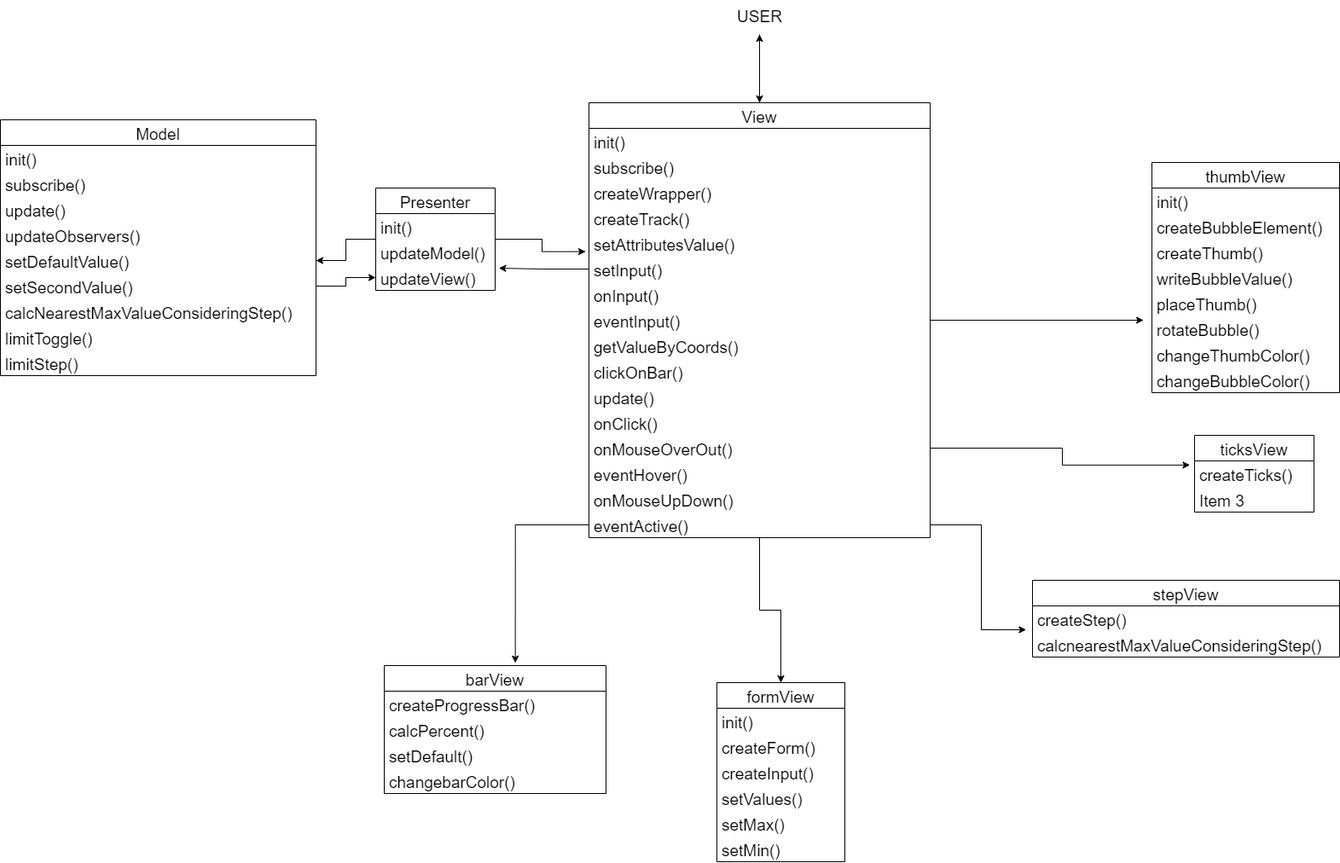
Earlier version of the draw.io export uml/uml.png (MariaKlo/range-slider). Source tidied: cells renumbered, new cells last; positions are measured from the earlier drawing's top-left corner, leaving out a move shared by most shapes.
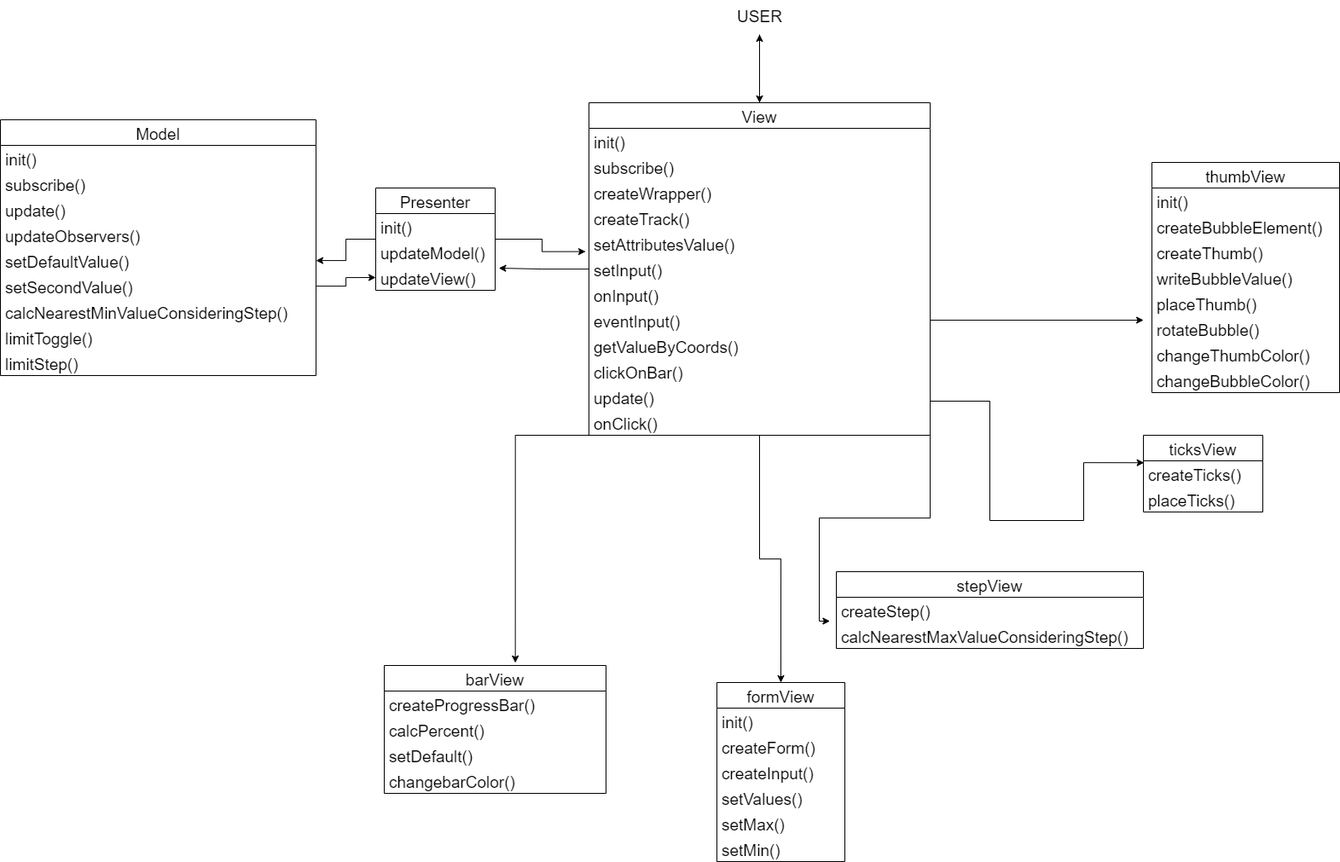
The same diagram one commit later.

Change to the diagram source:
```diff
@@ -32,7 +32,7 @@
     <mxCell id="11" value="setSecondValue()" style="text;strokeColor=none;fillColor=none;align=left;verticalAlign=middle;spacingLeft=4;spacingRight=4;overflow=hidden;points=[[0,0.5],[1,0.5]];portConstraint=eastwest;fontSize=19;" parent="5" vertex="1">
       <mxGeometry y="180" width="370" height="30" as="geometry" />
     </mxCell>
-    <mxCell id="12" value="calcNearestMaxValueConsideringStep()" style="text;strokeColor=none;fillColor=none;align=left;verticalAlign=middle;spacingLeft=4;spacingRight=4;overflow=hidden;fontSize=19;" parent="5" vertex="1">
+    <mxCell id="12" value="calcNearestMinValueConsideringStep()" style="text;strokeColor=none;fillColor=none;align=left;verticalAlign=middle;spacingLeft=4;spacingRight=4;overflow=hidden;fontSize=19;" parent="5" vertex="1">
       <mxGeometry y="210" width="370" height="30" as="geometry" />
     </mxCell>
     <mxCell id="13" value="limitToggle()" style="text;strokeColor=none;fillColor=none;align=left;verticalAlign=middle;spacingLeft=4;spacingRight=4;overflow=hidden;fontSize=19;" parent="5" vertex="1">
@@ -63,7 +63,7 @@
       <mxGeometry relative="1" as="geometry" />
     </mxCell>
     <mxCell id="22" value="View" style="swimlane;fontStyle=0;horizontal=1;startSize=30;fontSize=19;" parent="1" vertex="1">
-      <mxGeometry x="690" y="120" width="400" height="510" as="geometry" />
+      <mxGeometry x="690" y="120" width="400" height="390" as="geometry" />
     </mxCell>
     <mxCell id="23" value="init()" style="text;strokeColor=none;fillColor=none;align=left;verticalAlign=middle;spacingLeft=4;spacingRight=4;overflow=hidden;fontSize=19;" parent="22" vertex="1">
       <mxGeometry y="30" width="400" height="30" as="geometry" />
@@ -101,18 +101,6 @@
     <mxCell id="34" value="onClick()" style="text;strokeColor=none;fillColor=none;align=left;verticalAlign=middle;spacingLeft=4;spacingRight=4;overflow=hidden;fontSize=19;" parent="22" vertex="1">
       <mxGeometry y="360" width="400" height="30" as="geometry" />
     </mxCell>
-    <mxCell id="35" value="onMouseOverOut()" style="text;strokeColor=none;fillColor=none;align=left;verticalAlign=middle;spacingLeft=4;spacingRight=4;overflow=hidden;points=[[0,0.5],[1,0.5]];portConstraint=eastwest;fontSize=19;" parent="22" vertex="1">
-      <mxGeometry y="390" width="400" height="30" as="geometry" />
-    </mxCell>
-    <mxCell id="36" value="eventHover()" style="text;strokeColor=none;fillColor=none;align=left;verticalAlign=middle;spacingLeft=4;spacingRight=4;overflow=hidden;fontSize=19;" parent="22" vertex="1">
-      <mxGeometry y="420" width="400" height="30" as="geometry" />
-    </mxCell>
-    <mxCell id="37" value="onMouseUpDown()" style="text;strokeColor=none;fillColor=none;align=left;verticalAlign=middle;spacingLeft=4;spacingRight=4;overflow=hidden;fontSize=19;" parent="22" vertex="1">
-      <mxGeometry y="450" width="400" height="30" as="geometry" />
-    </mxCell>
-    <mxCell id="38" value="eventActive()" style="text;strokeColor=none;fillColor=none;align=left;verticalAlign=middle;spacingLeft=4;spacingRight=4;overflow=hidden;points=[[0,0.5],[1,0.5]];portConstraint=eastwest;fontSize=19;" parent="22" vertex="1">
-      <mxGeometry y="480" width="400" height="30" as="geometry" />
-    </mxCell>
     <mxCell id="39" value="barView" style="swimlane;fontStyle=0;horizontal=1;startSize=30;fontSize=19;" parent="1" vertex="1">
       <mxGeometry x="450" y="780" width="260" height="150" as="geometry" />
     </mxCell>
@@ -150,21 +138,21 @@
       <mxGeometry y="180" width="150" height="30" as="geometry" />
     </mxCell>
     <mxCell id="51" value="stepView" style="swimlane;fontStyle=0;horizontal=1;startSize=30;fontSize=19;" parent="1" vertex="1">
-      <mxGeometry x="1210" y="680" width="360" height="90" as="geometry" />
+      <mxGeometry x="980" y="670" width="360" height="90" as="geometry" />
     </mxCell>
     <mxCell id="52" value="createStep()" style="text;strokeColor=none;fillColor=none;align=left;verticalAlign=middle;spacingLeft=4;spacingRight=4;overflow=hidden;fontSize=19;" parent="51" vertex="1">
       <mxGeometry y="30" width="360" height="30" as="geometry" />
     </mxCell>
-    <mxCell id="53" value="calcnearestMaxValueConsideringStep()" style="text;strokeColor=none;fillColor=none;align=left;verticalAlign=middle;spacingLeft=4;spacingRight=4;overflow=hidden;points=[[0,0.5],[1,0.5]];portConstraint=eastwest;fontSize=19;" parent="51" vertex="1">
+    <mxCell id="53" value="calcNearestMaxValueConsideringStep()" style="text;strokeColor=none;fillColor=none;align=left;verticalAlign=middle;spacingLeft=4;spacingRight=4;overflow=hidden;points=[[0,0.5],[1,0.5]];portConstraint=eastwest;fontSize=19;" parent="51" vertex="1">
       <mxGeometry y="60" width="360" height="30" as="geometry" />
     </mxCell>
     <mxCell id="54" value="ticksView" style="swimlane;fontStyle=0;horizontal=1;startSize=30;fontSize=19;" parent="1" vertex="1">
-      <mxGeometry x="1400" y="510" width="140" height="90" as="geometry" />
+      <mxGeometry x="1340" y="510" width="140" height="90" as="geometry" />
     </mxCell>
     <mxCell id="55" value="createTicks()" style="text;strokeColor=none;fillColor=none;align=left;verticalAlign=middle;spacingLeft=4;spacingRight=4;overflow=hidden;points=[[0,0.5],[1,0.5]];portConstraint=eastwest;fontSize=19;" parent="54" vertex="1">
       <mxGeometry y="30" width="140" height="30" as="geometry" />
     </mxCell>
-    <mxCell id="56" value="Item 3" style="text;strokeColor=none;fillColor=none;align=left;verticalAlign=middle;spacingLeft=4;spacingRight=4;overflow=hidden;fontSize=19;" parent="54" vertex="1">
+    <mxCell id="56" value="placeTicks()" style="text;strokeColor=none;fillColor=none;align=left;verticalAlign=middle;spacingLeft=4;spacingRight=4;overflow=hidden;fontSize=19;" parent="54" vertex="1">
       <mxGeometry y="60" width="140" height="30" as="geometry" />
     </mxCell>
     <mxCell id="57" value="thumbView" style="swimlane;fontStyle=0;horizontal=1;startSize=30;fontSize=19;" parent="1" vertex="1">
@@ -197,14 +185,26 @@
     <mxCell id="66" style="edgeStyle=orthogonalEdgeStyle;rounded=0;jettySize=auto;html=1;entryX=-0.045;entryY=0.167;entryDx=0;entryDy=0;entryPerimeter=0;fontSize=19;" parent="1" edge="1" source="30" target="63">
       <mxGeometry relative="1" as="geometry" />
     </mxCell>
-    <mxCell id="67" style="edgeStyle=orthogonalEdgeStyle;rounded=0;jettySize=auto;html=1;entryX=-0.039;entryY=0.162;entryDx=0;entryDy=0;entryPerimeter=0;fontSize=19;" parent="1" edge="1" source="35" target="55">
-      <mxGeometry relative="1" as="geometry" />
+    <mxCell id="67" style="edgeStyle=orthogonalEdgeStyle;rounded=0;jettySize=auto;html=1;fontSize=19;entryX=0.005;entryY=0.358;entryDx=0;entryDy=0;entryPerimeter=0;exitX=1;exitY=0.5;exitDx=0;exitDy=0;" parent="1" edge="1" source="33" target="54">
+      <mxGeometry relative="1" as="geometry">
+        <Array as="points">
+          <mxPoint x="1090" y="470" />
+          <mxPoint x="1160" y="470" />
+          <mxPoint x="1160" y="610" />
+          <mxPoint x="1270" y="610" />
+          <mxPoint x="1270" y="542" />
+        </Array>
+      </mxGeometry>
     </mxCell>
-    <mxCell id="68" style="edgeStyle=orthogonalEdgeStyle;rounded=0;jettySize=auto;html=1;entryX=-0.021;entryY=-0.067;entryDx=0;entryDy=0;entryPerimeter=0;fontSize=19;" parent="1" edge="1" source="38" target="53">
-      <mxGeometry relative="1" as="geometry" />
+    <mxCell id="68" style="edgeStyle=orthogonalEdgeStyle;rounded=0;jettySize=auto;html=1;entryX=-0.021;entryY=-0.067;entryDx=0;entryDy=0;entryPerimeter=0;fontSize=19;" parent="1" edge="1" target="53">
+      <mxGeometry relative="1" as="geometry">
+        <mxPoint x="1090" y="484" as="sourcePoint" />
+      </mxGeometry>
     </mxCell>
-    <mxCell id="69" style="edgeStyle=orthogonalEdgeStyle;rounded=0;jettySize=auto;html=1;entryX=0.591;entryY=-0.021;entryDx=0;entryDy=0;entryPerimeter=0;fontSize=19;" parent="1" edge="1" source="38" target="39">
-      <mxGeometry relative="1" as="geometry" />
+    <mxCell id="69" style="edgeStyle=orthogonalEdgeStyle;rounded=0;jettySize=auto;html=1;entryX=0.591;entryY=-0.021;entryDx=0;entryDy=0;entryPerimeter=0;fontSize=19;" parent="1" edge="1" target="39">
+      <mxGeometry relative="1" as="geometry">
+        <mxPoint x="730" y="510" as="sourcePoint" />
+      </mxGeometry>
     </mxCell>
     <mxCell id="70" style="edgeStyle=orthogonalEdgeStyle;rounded=0;jettySize=auto;html=1;entryX=0;entryY=0.5;entryDx=0;entryDy=0;fontSize=19;" parent="1" edge="1" source="11" target="19">
       <mxGeometry relative="1" as="geometry" />
```
